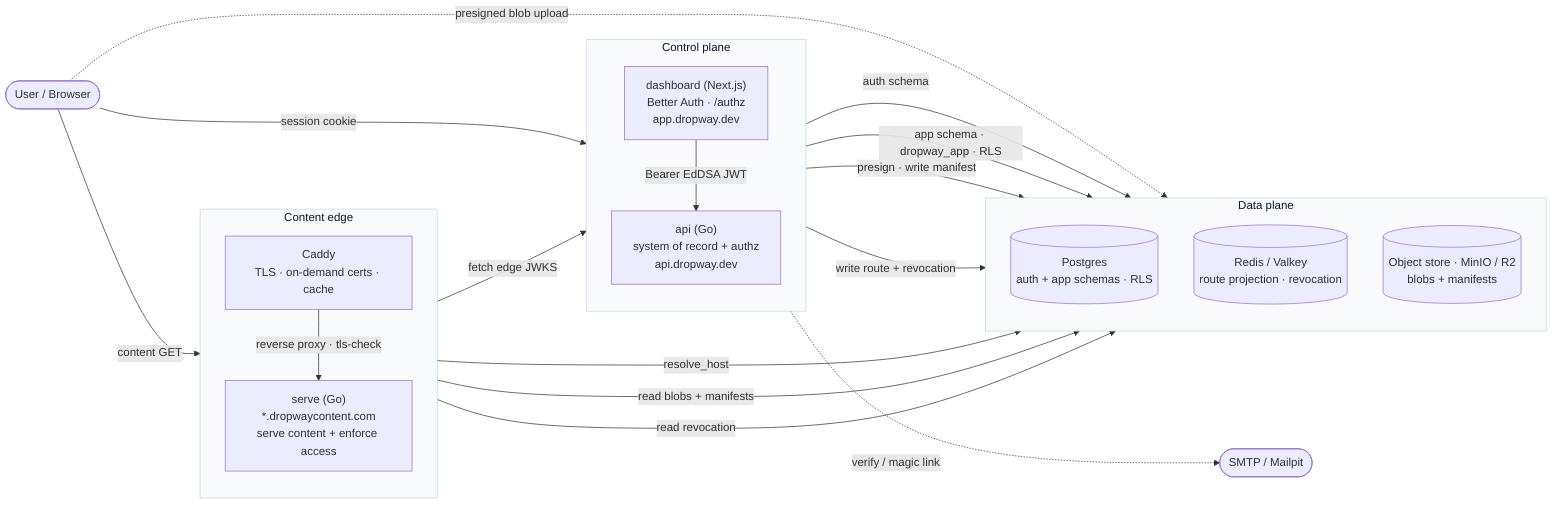
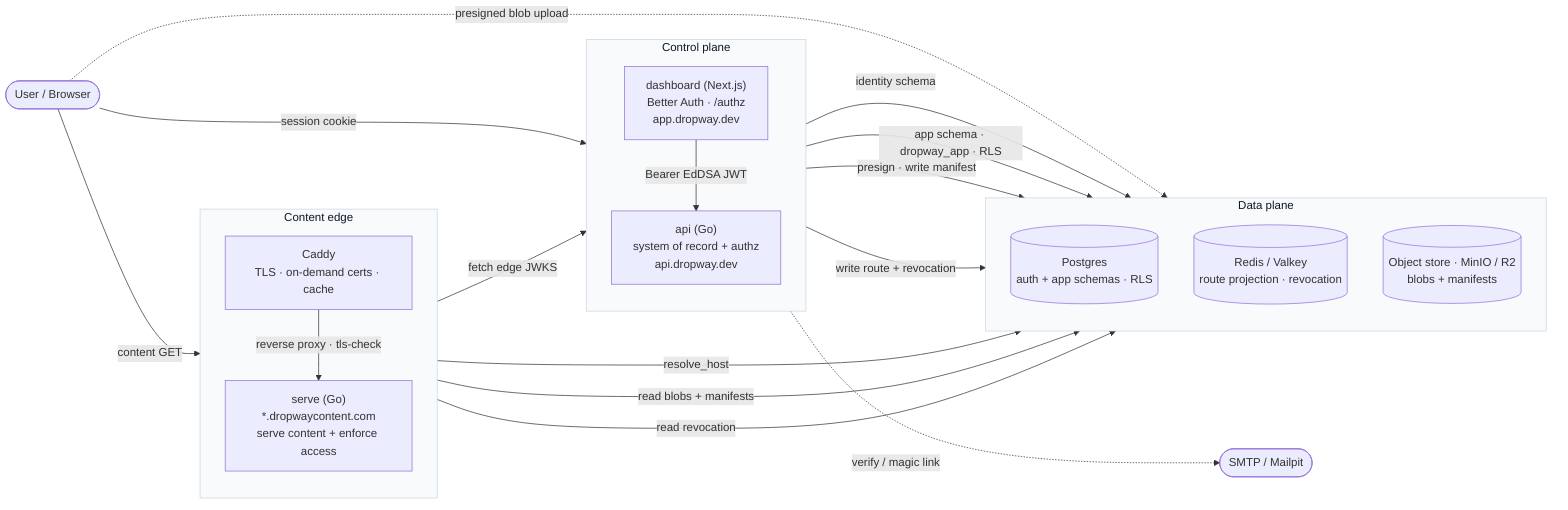
flowchart LR
  user(["User / Browser"])

  subgraph edge["Content edge"]
    direction TB
    caddy["Caddy<br/>TLS · on-demand certs · cache"]
    serve["serve (Go)<br/>*.dropwaycontent.com<br/>serve content + enforce access"]
  end

  subgraph control["Control plane"]
    direction TB
    dash["dashboard (Next.js)<br/>Better Auth · /authz<br/>app.dropway.dev"]
    api["api (Go)<br/>system of record + authz<br/>api.dropway.dev"]
  end

  subgraph datap["Data plane"]
    direction TB
    pg[("Postgres<br/>auth + app schemas · RLS")]
    redis[("Redis / Valkey<br/>route projection · revocation")]
    store[("Object store · MinIO / R2<br/>blobs + manifests")]
  end

  smtp(["SMTP / Mailpit"])

  user -->|session cookie| dash
  user -->|content GET| caddy
  user -. presigned blob upload .-> store
  caddy -->|reverse proxy · tls-check| serve
  dash -->|Bearer EdDSA JWT| api
-   dash -->|auth schema| pg
+   dash -->|identity schema| pg
  dash -. verify / magic link .-> smtp
  api -->|app schema · dropway_app · RLS| pg
  api -->|presign · write manifest| store
  api -->|write route + revocation| redis
  serve -->|resolve_host| pg
  serve -->|read blobs + manifests| store
  serve -->|read revocation| redis
  serve -->|fetch edge JWKS| api

  classDef plane fill:#f8fafc,stroke:#cbd5e1,color:#0f172a;
  class edge,control,datap plane;
